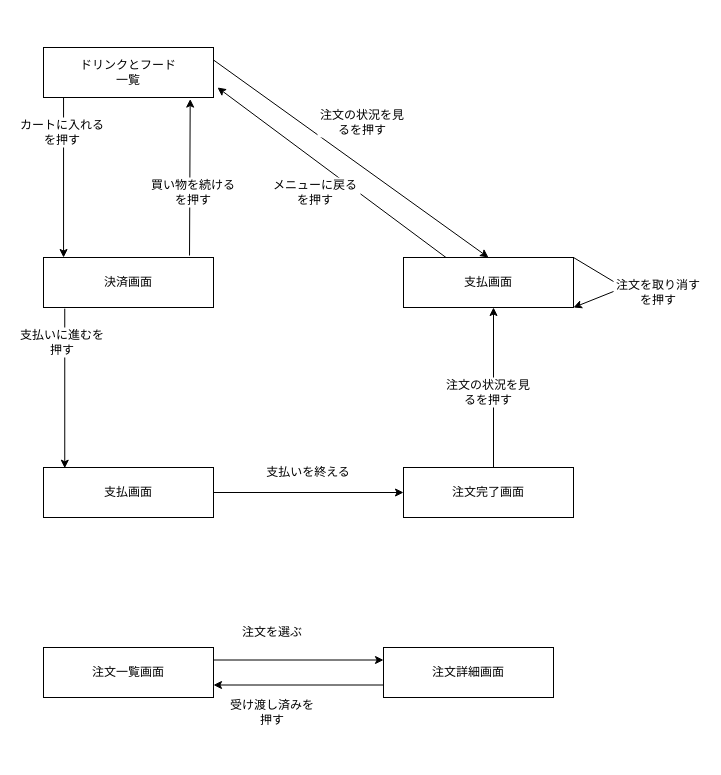
taiga-kawakubo/post-app-practice keeps this draw.io diagram as docs/13-3/cafe-screen-flow .drawio. Above is the earlier version. Source tidied: cells renumbered, new cells numbered last; positions are measured from the earlier drawing's top-left corner, leaving out a move shared by most shapes. Both pictures are drawn from the tidied source at 100%, with x=0, y=0 at pixel (17, 47).
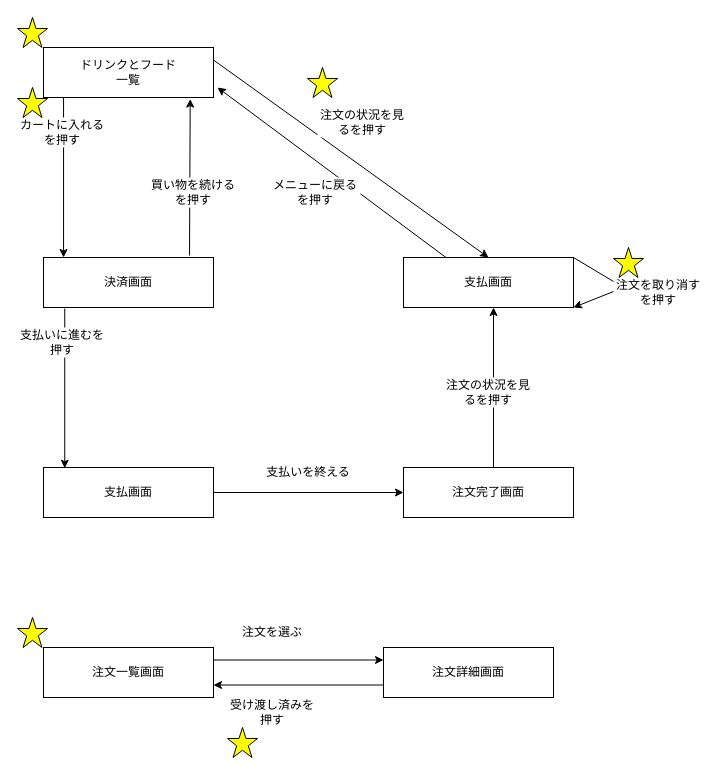
The same diagram, later.

Diff of the diagram source:
```diff
@@
+    <mxCell id="29" style="verticalLabelPosition=bottom;verticalAlign=top;html=1;shape=mxgraph.basic.star;fillColor=#FFFF00;" parent="1" vertex="1">
+      <mxGeometry x="290" y="20" width="30" height="30" as="geometry" />
+    </mxCell>
+    <mxCell id="30" style="verticalLabelPosition=bottom;verticalAlign=top;html=1;shape=mxgraph.basic.star;fillColor=#FFFF00;" parent="1" vertex="1">
+      <mxGeometry y="570" width="30" height="30" as="geometry" />
+    </mxCell>
+    <mxCell id="31" style="verticalLabelPosition=bottom;verticalAlign=top;html=1;shape=mxgraph.basic.star;fillColor=#FFFF00;" parent="1" vertex="1">
+      <mxGeometry x="596" y="200" width="30" height="30" as="geometry" />
+    </mxCell>
+    <mxCell id="32" style="verticalLabelPosition=bottom;verticalAlign=top;html=1;shape=mxgraph.basic.star;fillColor=#FFFF00;" parent="1" vertex="1">
+      <mxGeometry x="210" y="680" width="30" height="30" as="geometry" />
+    </mxCell>
+    <mxCell id="33" style="verticalLabelPosition=bottom;verticalAlign=top;html=1;shape=mxgraph.basic.star;fillColor=#FFFF00;" parent="1" vertex="1">
+      <mxGeometry y="-30" width="30" height="30" as="geometry" />
+    </mxCell>
+    <mxCell id="34" style="verticalLabelPosition=bottom;verticalAlign=top;html=1;shape=mxgraph.basic.star;fillColor=#FFFF00;" parent="1" vertex="1">
+      <mxGeometry y="40" width="30" height="30" as="geometry" />
+    </mxCell>
```
